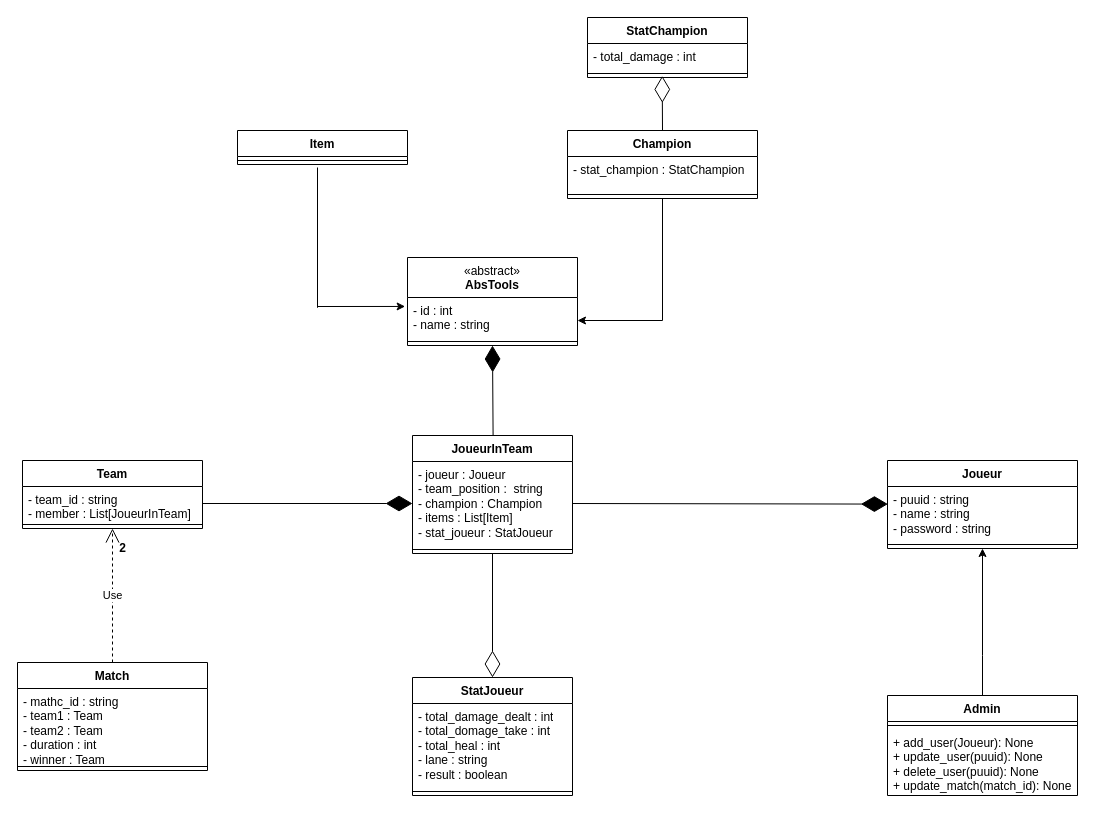
This is Image Prod/League of legends.drawio from Niyo-D-JC/HelpWork, a draw.io file, before an edit. Source tidied: cells renumbered, new cells numbered last; positions are measured from the earlier drawing's top-left corner, leaving out a move shared by most shapes. Both pictures are drawn from the tidied source at 100%, with x=0, y=0 at pixel (17, 17).
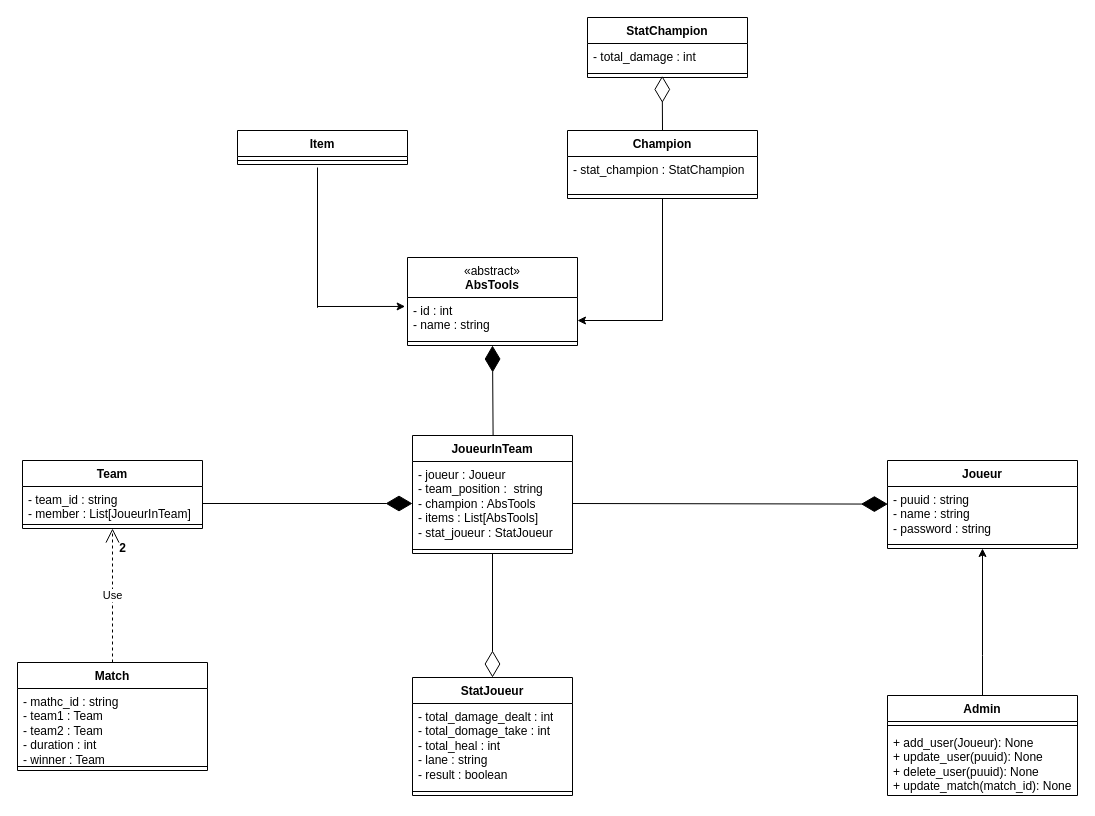
After the change.

Commit message:
Diag Classe League of legends.png.drawio

Unchanged cells that the change refers to:
```xml
<mxCell id="15" value="JoueurInTeam" style="swimlane;fontStyle=1;align=center;verticalAlign=top;horizontal=1;startSize=26;whiteSpace=wrap;html=1;" parent="1" vertex="1">
  <mxGeometry x="395" y="418" width="160" height="118" as="geometry" />
</mxCell>
```

Diff of the diagram source:
```diff
@@
-    <mxCell id="16" value="- joueur : Joueur&lt;br&gt;- team_position :&amp;nbsp; string&lt;br&gt;- champion : Champion&lt;br&gt;- items : List[Item]&lt;br&gt;- stat_joueur : StatJoueur" style="text;strokeColor=none;fillColor=none;align=left;verticalAlign=top;spacingLeft=4;spacingRight=4;overflow=hidden;points=[[0,0.5],[1,0.5]];portConstraint=eastwest;whiteSpace=wrap;html=1;" parent="15" vertex="1">
+    <mxCell id="16" value="- joueur : Joueur&lt;br&gt;- team_position :&amp;nbsp; string&lt;br&gt;- champion : AbsTools&lt;br&gt;- items : List[AbsTools]&lt;br&gt;- stat_joueur : StatJoueur" style="text;strokeColor=none;fillColor=none;align=left;verticalAlign=top;spacingLeft=4;spacingRight=4;overflow=hidden;points=[[0,0.5],[1,0.5]];portConstraint=eastwest;whiteSpace=wrap;html=1;" parent="15" vertex="1">
       <mxGeometry y="26" width="160" height="84" as="geometry" />
     </mxCell>
```
